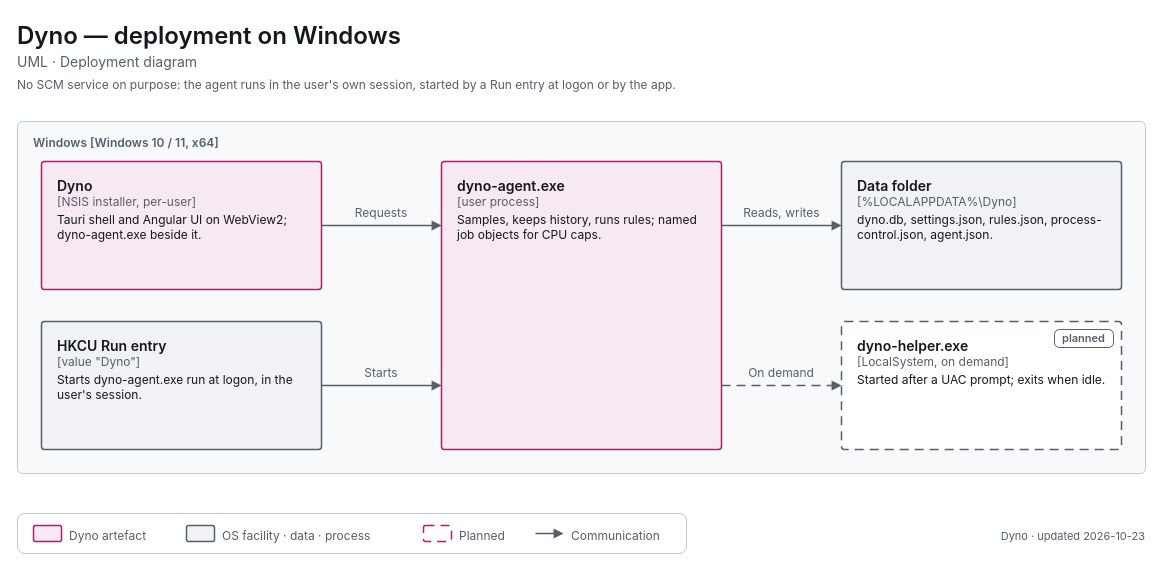
The draw.io diagram apps/dyno/diagrams/uml-deployment-windows.drawio in decryp7/paddock, before the edit. Source tidied: cells renumbered, new cells numbered last; positions are measured from the earlier drawing's top-left corner, leaving out a move shared by most shapes. Both pictures are drawn from the tidied source at 100%, with x=0, y=0 at pixel (17, 17).
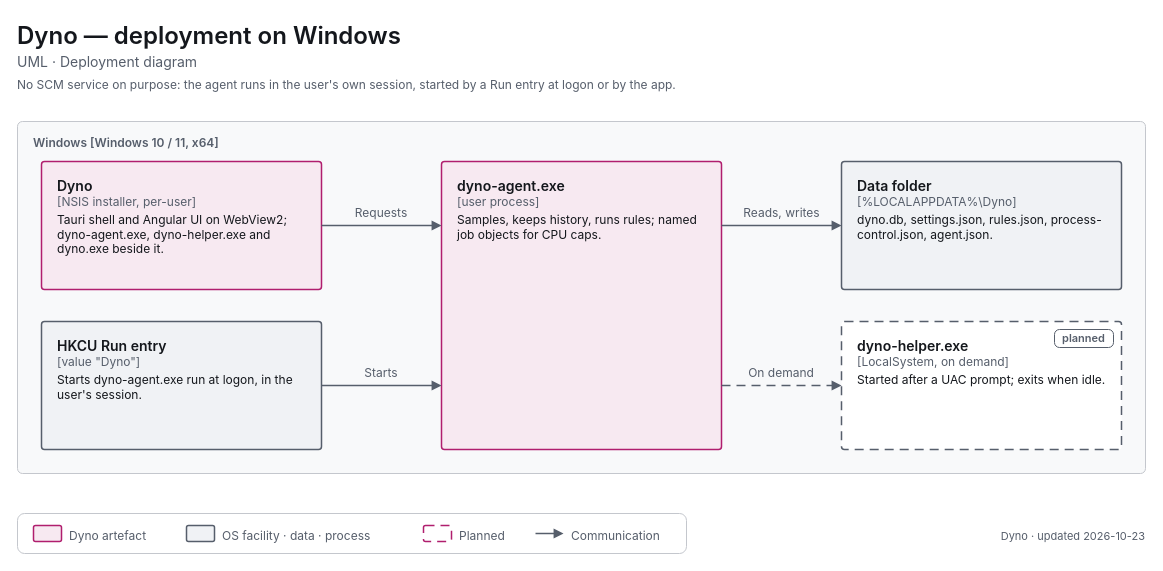
The same page after the edit.

The edit, as a diff of the source:
```diff
@@
-    <mxCell id="6" value="&lt;span style=&quot;font-size:14px;font-weight:600&quot;&gt;Dyno&lt;/span&gt;&lt;br&gt;&lt;span style=&quot;font-size:12px;color:light-dark(#565E6B,#A0A7B2)&quot;&gt;[NSIS installer, per-user]&lt;/span&gt;&lt;br&gt;&lt;div style=&quot;margin-top:4px;font-size:12px&quot;&gt;Tauri shell and Angular UI on WebView2; dyno-agent.exe beside it.&lt;/div&gt;" style="html=1;whiteSpace=wrap;fontFamily=-apple-system,BlinkMacSystemFont,Segoe UI,system-ui,sans-serif;fontSize=12;fontColor=light-dark(#14171C,#ECEEF1);rounded=1;absoluteArcSize=1;arcSize=6;strokeWidth=1.5;strokeColor=light-dark(#B01E6E,#F063A8);fillColor=light-dark(#F7E9F1,#382332);align=left;verticalAlign=top;spacingLeft=14;spacingRight=14;spacingTop=10;spacingBottom=8;" parent="1" vertex="1">
+    <mxCell id="6" value="&lt;span style=&quot;font-size:14px;font-weight:600&quot;&gt;Dyno&lt;/span&gt;&lt;br&gt;&lt;span style=&quot;font-size:12px;color:light-dark(#565E6B,#A0A7B2)&quot;&gt;[NSIS installer, per-user]&lt;/span&gt;&lt;br&gt;&lt;div style=&quot;margin-top:4px;font-size:12px&quot;&gt;Tauri shell and Angular UI on WebView2; dyno-agent.exe, dyno-helper.exe and dyno.exe beside it.&lt;/div&gt;" style="html=1;whiteSpace=wrap;fontFamily=-apple-system,BlinkMacSystemFont,Segoe UI,system-ui,sans-serif;fontSize=12;fontColor=light-dark(#14171C,#ECEEF1);rounded=1;absoluteArcSize=1;arcSize=6;strokeWidth=1.5;strokeColor=light-dark(#B01E6E,#F063A8);fillColor=light-dark(#F7E9F1,#382332);align=left;verticalAlign=top;spacingLeft=14;spacingRight=14;spacingTop=10;spacingBottom=8;" parent="1" vertex="1">
       <mxGeometry x="24" y="144" width="280" height="128" as="geometry" />
     </mxCell>
```
